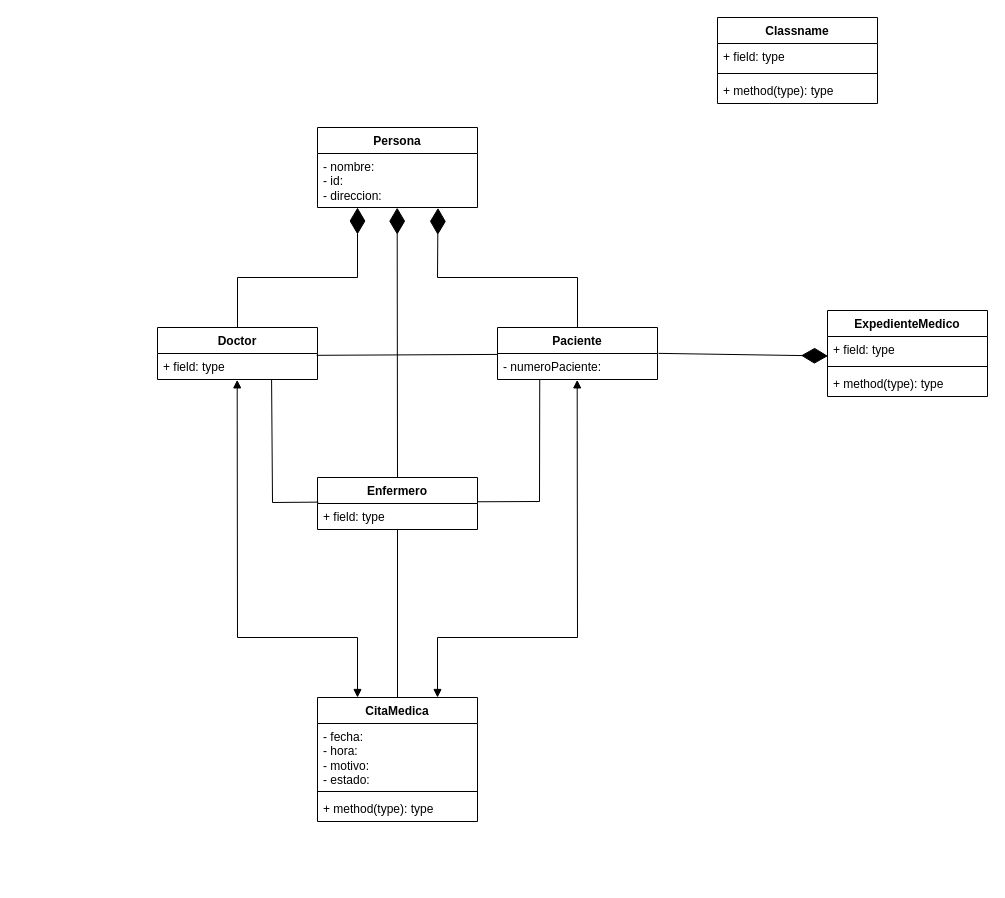
The draw.io diagram ACD - SGH.drawio in ArianaSarango/ACD---SGH, before the edit. Source tidied: cells renumbered, new cells numbered last; positions are measured from the earlier drawing's top-left corner, leaving out a move shared by most shapes. Both pictures are drawn from the tidied source at 100%, with x=0, y=0 at pixel (157, 17).
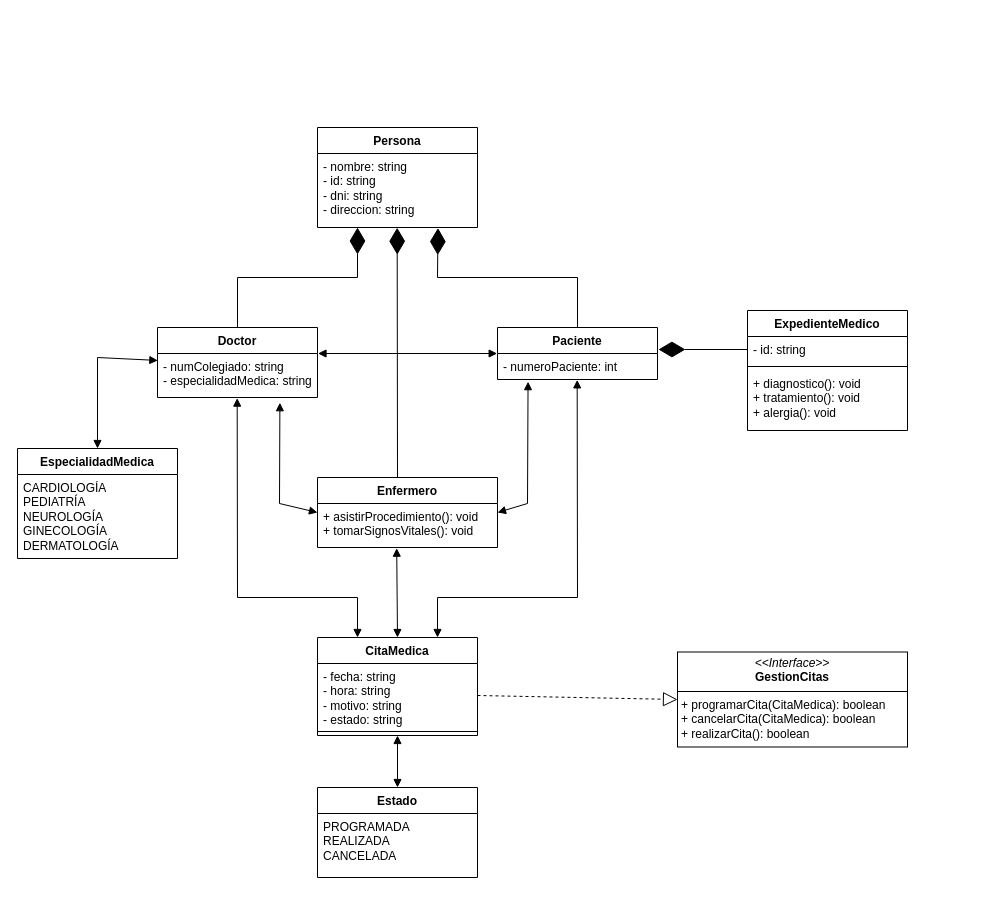
The same diagram, later.

The change refers to these unchanged cells:
```xml
<mxCell id="8" value="Paciente" style="swimlane;fontStyle=1;align=center;verticalAlign=top;horizontal=1;startSize=26;whiteSpace=wrap;html=1;" parent="1" vertex="1">
  <mxGeometry x="340" y="310" width="160" height="52" as="geometry" />
</mxCell>
```

Change to the diagram source:
```diff
@@
     <mxCell id="2" value="Persona" style="swimlane;fontStyle=1;align=center;verticalAlign=top;horizontal=1;startSize=26;whiteSpace=wrap;html=1;" parent="1" vertex="1">
-      <mxGeometry x="160" y="110" width="160" height="80" as="geometry" />
+      <mxGeometry x="160" y="110" width="160" height="100" as="geometry" />
     </mxCell>
-    <mxCell id="3" value="- nombre:&lt;div&gt;- id:&lt;/div&gt;&lt;div&gt;- direccion:&amp;nbsp;&lt;/div&gt;" style="text;strokeColor=none;fillColor=none;align=left;verticalAlign=top;spacingLeft=4;spacingRight=4;overflow=hidden;points=[[0,0.5],[1,0.5]];portConstraint=eastwest;whiteSpace=wrap;html=1;" parent="2" vertex="1">
-      <mxGeometry y="26" width="160" height="54" as="geometry" />
+    <mxCell id="3" value="- nombre: string&lt;div&gt;- id:&amp;nbsp;&lt;span style=&quot;background-color: initial;&quot;&gt;string&lt;/span&gt;&lt;/div&gt;&lt;div&gt;- dni:&amp;nbsp;&lt;span style=&quot;background-color: initial;&quot;&gt;string&lt;/span&gt;&lt;/div&gt;&lt;div&gt;- direccion:&amp;nbsp;&lt;span style=&quot;background-color: initial;&quot;&gt;string&lt;/span&gt;&lt;/div&gt;" style="text;strokeColor=none;fillColor=none;align=left;verticalAlign=top;spacingLeft=4;spacingRight=4;overflow=hidden;points=[[0,0.5],[1,0.5]];portConstraint=eastwest;whiteSpace=wrap;html=1;" parent="2" vertex="1">
+      <mxGeometry y="26" width="160" height="74" as="geometry" />
     </mxCell>
     <mxCell id="4" value="CitaMedica" style="swimlane;fontStyle=1;align=center;verticalAlign=top;horizontal=1;startSize=26;whiteSpace=wrap;html=1;" parent="1" vertex="1">
-      <mxGeometry x="160" y="680" width="160" height="124" as="geometry" />
+      <mxGeometry x="160" y="620" width="160" height="98" as="geometry" />
     </mxCell>
-    <mxCell id="5" value="- fecha:&lt;div&gt;- hora:&lt;/div&gt;&lt;div&gt;- motivo:&lt;/div&gt;&lt;div&gt;- estado:&amp;nbsp;&lt;/div&gt;" style="text;strokeColor=none;fillColor=none;align=left;verticalAlign=top;spacingLeft=4;spacingRight=4;overflow=hidden;points=[[0,0.5],[1,0.5]];portConstraint=eastwest;whiteSpace=wrap;html=1;" parent="4" vertex="1">
+    <mxCell id="5" value="- fecha: string&lt;div&gt;- hora:&amp;nbsp;&lt;span style=&quot;background-color: initial;&quot;&gt;string&lt;/span&gt;&lt;/div&gt;&lt;div&gt;- motivo:&amp;nbsp;&lt;span style=&quot;background-color: initial;&quot;&gt;string&lt;/span&gt;&lt;/div&gt;&lt;div&gt;- estado:&amp;nbsp;&lt;span style=&quot;background-color: initial;&quot;&gt;string&lt;/span&gt;&lt;/div&gt;" style="text;strokeColor=none;fillColor=none;align=left;verticalAlign=top;spacingLeft=4;spacingRight=4;overflow=hidden;points=[[0,0.5],[1,0.5]];portConstraint=eastwest;whiteSpace=wrap;html=1;" parent="4" vertex="1">
       <mxGeometry y="26" width="160" height="64" as="geometry" />
     </mxCell>
@@
-    <mxCell id="7" value="+ method(type): type" style="text;strokeColor=none;fillColor=none;align=left;verticalAlign=top;spacingLeft=4;spacingRight=4;overflow=hidden;whiteSpace=wrap;html=1;" parent="4" vertex="1">
-      <mxGeometry y="98" width="160" height="26" as="geometry" />
-    </mxCell>
@@
-    <mxCell id="9" value="- numeroPaciente:" style="text;strokeColor=none;fillColor=none;align=left;verticalAlign=top;spacingLeft=4;spacingRight=4;overflow=hidden;points=[[0,0.5],[1,0.5]];portConstraint=eastwest;whiteSpace=wrap;html=1;" parent="8" vertex="1">
+    <mxCell id="9" value="- numeroPaciente: int" style="text;strokeColor=none;fillColor=none;align=left;verticalAlign=top;spacingLeft=4;spacingRight=4;overflow=hidden;points=[[0,0.5],[1,0.5]];portConstraint=eastwest;whiteSpace=wrap;html=1;" parent="8" vertex="1">
       <mxGeometry y="26" width="160" height="26" as="geometry" />
     </mxCell>
     <mxCell id="10" value="Enfermero" style="swimlane;fontStyle=1;align=center;verticalAlign=top;horizontal=1;startSize=26;whiteSpace=wrap;html=1;" parent="1" vertex="1">
-      <mxGeometry x="160" y="460" width="160" height="52" as="geometry" />
+      <mxGeometry x="160" y="460" width="180" height="70" as="geometry" />
     </mxCell>
-    <mxCell id="11" value="+ field: type" style="text;strokeColor=none;fillColor=none;align=left;verticalAlign=top;spacingLeft=4;spacingRight=4;overflow=hidden;points=[[0,0.5],[1,0.5]];portConstraint=eastwest;whiteSpace=wrap;html=1;" parent="10" vertex="1">
-      <mxGeometry y="26" width="160" height="26" as="geometry" />
+    <mxCell id="11" value="+ asistirProcedimiento(): void&lt;div&gt;+ tomarSignosVitales(): void&lt;/div&gt;" style="text;strokeColor=none;fillColor=none;align=left;verticalAlign=top;spacingLeft=4;spacingRight=4;overflow=hidden;points=[[0,0.5],[1,0.5]];portConstraint=eastwest;whiteSpace=wrap;html=1;" parent="10" vertex="1">
+      <mxGeometry y="26" width="180" height="44" as="geometry" />
     </mxCell>
     <mxCell id="12" value="Doctor" style="swimlane;fontStyle=1;align=center;verticalAlign=top;horizontal=1;startSize=26;whiteSpace=wrap;html=1;" parent="1" vertex="1">
-      <mxGeometry y="310" width="160" height="52" as="geometry" />
+      <mxGeometry y="310" width="160" height="70" as="geometry" />
     </mxCell>
-    <mxCell id="13" value="+ field: type" style="text;strokeColor=none;fillColor=none;align=left;verticalAlign=top;spacingLeft=4;spacingRight=4;overflow=hidden;points=[[0,0.5],[1,0.5]];portConstraint=eastwest;whiteSpace=wrap;html=1;" parent="12" vertex="1">
-      <mxGeometry y="26" width="160" height="26" as="geometry" />
+    <mxCell id="13" value="- numColegiado: string&lt;div&gt;- especialidadMedica: string&lt;/div&gt;" style="text;strokeColor=none;fillColor=none;align=left;verticalAlign=top;spacingLeft=4;spacingRight=4;overflow=hidden;points=[[0,0.5],[1,0.5]];portConstraint=eastwest;whiteSpace=wrap;html=1;" parent="12" vertex="1">
+      <mxGeometry y="26" width="160" height="44" as="geometry" />
     </mxCell>
-    <mxCell id="14" style="endArrow=none;html=1;rounded=0;entryX=0.5;entryY=1;entryDx=0;entryDy=0;exitX=0.5;exitY=0;exitDx=0;exitDy=0;" parent="1" edge="1" source="4" target="10">
-      <mxGeometry relative="1" as="geometry" />
-    </mxCell>
-    <mxCell id="15" style="endArrow=none;html=1;rounded=0;entryX=0.995;entryY=0.07;entryDx=0;entryDy=0;entryPerimeter=0;exitX=0.001;exitY=0.035;exitDx=0;exitDy=0;exitPerimeter=0;" parent="1" edge="1" source="9" target="13">
-      <mxGeometry relative="1" as="geometry" />
-    </mxCell>
-    <mxCell id="16" style="endArrow=none;html=1;rounded=0;entryX=0.713;entryY=1;entryDx=0;entryDy=0;entryPerimeter=0;exitX=0.005;exitY=-0.053;exitDx=0;exitDy=0;exitPerimeter=0;" parent="1" edge="1" source="11" target="13">
-      <mxGeometry relative="1" as="geometry">
-        <Array as="points">
-          <mxPoint x="115" y="485" />
-        </Array>
-      </mxGeometry>
-    </mxCell>
-    <mxCell id="17" style="endArrow=none;html=1;rounded=0;exitX=0.999;exitY=0.467;exitDx=0;exitDy=0;exitPerimeter=0;entryX=0.264;entryY=1;entryDx=0;entryDy=0;entryPerimeter=0;" parent="1" edge="1" source="10" target="9">
-      <mxGeometry relative="1" as="geometry">
-        <Array as="points">
-          <mxPoint x="382" y="484" />
-        </Array>
-      </mxGeometry>
-    </mxCell>
@@
     <mxCell id="19" style="endArrow=diamondThin;endFill=1;endSize=24;html=1;rounded=0;exitX=0.5;exitY=0;exitDx=0;exitDy=0;" parent="1" edge="1" source="12">
       <mxGeometry relative="1" as="geometry">
-        <mxPoint x="200" y="190" as="targetPoint" />
+        <mxPoint x="200" y="210" as="targetPoint" />
         <Array as="points">
           <mxPoint x="80" y="260" />
           <mxPoint x="200" y="260" />
         </Array>
       </mxGeometry>
     </mxCell>
@@
-    <mxCell id="21" value="Classname" style="swimlane;fontStyle=1;align=center;verticalAlign=top;horizontal=1;startSize=26;whiteSpace=wrap;html=1;" parent="1" vertex="1">
-      <mxGeometry x="560" width="160" height="86" as="geometry" />
+    <mxCell id="21" value="EspecialidadMedica" style="swimlane;fontStyle=1;align=center;verticalAlign=top;horizontal=1;startSize=26;whiteSpace=wrap;html=1;" parent="1" vertex="1">
+      <mxGeometry x="-140" y="431" width="160" height="110" as="geometry" />
     </mxCell>
-    <mxCell id="22" value="+ field: type" style="text;strokeColor=none;fillColor=none;align=left;verticalAlign=top;spacingLeft=4;spacingRight=4;overflow=hidden;whiteSpace=wrap;html=1;" parent="21" vertex="1">
-      <mxGeometry y="26" width="160" height="26" as="geometry" />
+    <mxCell id="22" value="CARDIOLOGÍA&lt;div&gt;PEDIATRÍA&lt;/div&gt;&lt;div&gt;NEUROLOGÍA&lt;/div&gt;&lt;div&gt;GINECOLOGÍA&lt;/div&gt;&lt;div&gt;DERMATOLOGÍA&lt;/div&gt;" style="text;strokeColor=none;fillColor=none;align=left;verticalAlign=top;spacingLeft=4;spacingRight=4;overflow=hidden;whiteSpace=wrap;html=1;" parent="21" vertex="1">
+      <mxGeometry y="26" width="160" height="84" as="geometry" />
     </mxCell>
-    <mxCell id="23" style="line;strokeWidth=1;fillColor=none;align=left;verticalAlign=middle;spacingTop=-1;spacingLeft=3;spacingRight=3;labelPosition=right;strokeColor=inherit;" parent="21" vertex="1">
-      <mxGeometry y="52" width="160" height="8" as="geometry" />
-    </mxCell>
-    <mxCell id="24" value="+ method(type): type" style="text;strokeColor=none;fillColor=none;align=left;verticalAlign=top;spacingLeft=4;spacingRight=4;overflow=hidden;whiteSpace=wrap;html=1;" parent="21" vertex="1">
-      <mxGeometry y="60" width="160" height="26" as="geometry" />
-    </mxCell>
     <mxCell id="25" value="ExpedienteMedico&lt;div&gt;&lt;br&gt;&lt;/div&gt;" style="swimlane;fontStyle=1;align=center;verticalAlign=top;horizontal=1;startSize=26;whiteSpace=wrap;html=1;" parent="1" vertex="1">
-      <mxGeometry x="670" y="293" width="160" height="86" as="geometry" />
+      <mxGeometry x="590" y="293" width="160" height="120" as="geometry" />
     </mxCell>
-    <mxCell id="26" value="+ field: type" style="text;strokeColor=none;fillColor=none;align=left;verticalAlign=top;spacingLeft=4;spacingRight=4;overflow=hidden;points=[[0,0.5],[1,0.5]];portConstraint=eastwest;whiteSpace=wrap;html=1;" parent="25" vertex="1">
+    <mxCell id="26" value="- id: string" style="text;strokeColor=none;fillColor=none;align=left;verticalAlign=top;spacingLeft=4;spacingRight=4;overflow=hidden;points=[[0,0.5],[1,0.5]];portConstraint=eastwest;whiteSpace=wrap;html=1;" parent="25" vertex="1">
       <mxGeometry y="26" width="160" height="26" as="geometry" />
     </mxCell>
@@
-    <mxCell id="28" value="+ method(type): type" style="text;strokeColor=none;fillColor=none;align=left;verticalAlign=top;spacingLeft=4;spacingRight=4;overflow=hidden;whiteSpace=wrap;html=1;" parent="25" vertex="1">
-      <mxGeometry y="60" width="160" height="26" as="geometry" />
+    <mxCell id="28" value="+ diagnostico(): void&lt;div&gt;+ tratamiento():&amp;nbsp;&lt;span style=&quot;background-color: initial;&quot;&gt;void&lt;/span&gt;&lt;/div&gt;&lt;div&gt;+ alergia():&amp;nbsp;&lt;span style=&quot;background-color: initial;&quot;&gt;void&lt;/span&gt;&lt;/div&gt;" style="text;strokeColor=none;fillColor=none;align=left;verticalAlign=top;spacingLeft=4;spacingRight=4;overflow=hidden;whiteSpace=wrap;html=1;" parent="25" vertex="1">
+      <mxGeometry y="60" width="160" height="60" as="geometry" />
     </mxCell>
-    <mxCell id="29" style="endArrow=diamondThin;endFill=1;endSize=24;html=1;rounded=0;exitX=1.006;exitY=-0.005;exitDx=0;exitDy=0;entryX=0.003;entryY=0.749;entryDx=0;entryDy=0;exitPerimeter=0;entryPerimeter=0;" parent="1" edge="1" source="9" target="26">
+    <mxCell id="29" style="endArrow=diamondThin;endFill=1;endSize=24;html=1;rounded=0;exitX=0;exitY=0.5;exitDx=0;exitDy=0;entryX=1.006;entryY=-0.154;entryDx=0;entryDy=0;entryPerimeter=0;" parent="1" edge="1" source="26" target="9">
       <mxGeometry relative="1" as="geometry" />
     </mxCell>
     <mxCell id="30" style="endArrow=block;startArrow=block;endFill=1;startFill=1;html=1;rounded=0;exitX=0.498;exitY=1.014;exitDx=0;exitDy=0;exitPerimeter=0;entryX=0.25;entryY=0;entryDx=0;entryDy=0;" parent="1" edge="1" source="13" target="4">
       <mxGeometry relative="1" as="geometry">
         <Array as="points">
-          <mxPoint x="80" y="620" />
-          <mxPoint x="200" y="620" />
+          <mxPoint x="80" y="580" />
+          <mxPoint x="200" y="580" />
         </Array>
       </mxGeometry>
     </mxCell>
     <mxCell id="31" style="endArrow=block;startArrow=block;endFill=1;startFill=1;html=1;rounded=0;entryX=0.498;entryY=1.014;entryDx=0;entryDy=0;entryPerimeter=0;exitX=0.75;exitY=0;exitDx=0;exitDy=0;" parent="1" edge="1" source="4" target="9">
       <mxGeometry relative="1" as="geometry">
         <Array as="points">
-          <mxPoint x="280" y="620" />
-          <mxPoint x="420" y="620" />
+          <mxPoint x="280" y="580" />
+          <mxPoint x="420" y="580" />
         </Array>
       </mxGeometry>
     </mxCell>
+    <mxCell id="32" style="endArrow=block;startArrow=block;endFill=1;startFill=1;html=1;rounded=0;exitX=0.44;exitY=1.016;exitDx=0;exitDy=0;exitPerimeter=0;entryX=0.5;entryY=0;entryDx=0;entryDy=0;" parent="1" edge="1" source="11" target="4">
+      <mxGeometry relative="1" as="geometry" />
+    </mxCell>
+    <mxCell id="33" style="endArrow=block;startArrow=block;endFill=1;startFill=1;html=1;rounded=0;exitX=1.003;exitY=0;exitDx=0;exitDy=0;exitPerimeter=0;entryX=-0.002;entryY=0;entryDx=0;entryDy=0;entryPerimeter=0;" parent="1" edge="1" source="13" target="9">
+      <mxGeometry relative="1" as="geometry" />
+    </mxCell>
+    <mxCell id="34" style="endArrow=block;startArrow=block;endFill=1;startFill=1;html=1;rounded=0;exitX=0.765;exitY=1.119;exitDx=0;exitDy=0;exitPerimeter=0;entryX=0;entryY=0.5;entryDx=0;entryDy=0;" parent="1" edge="1" source="13" target="10">
+      <mxGeometry relative="1" as="geometry">
+        <Array as="points">
+          <mxPoint x="122" y="486" />
+        </Array>
+      </mxGeometry>
+    </mxCell>
+    <mxCell id="17" style="endArrow=block;startArrow=block;endFill=1;startFill=1;html=1;rounded=0;entryX=0.191;entryY=1.084;entryDx=0;entryDy=0;entryPerimeter=0;exitX=1;exitY=0.5;exitDx=0;exitDy=0;" parent="1" edge="1" source="10" target="9">
+      <mxGeometry relative="1" as="geometry">
+        <Array as="points">
+          <mxPoint x="370" y="486" />
+        </Array>
+      </mxGeometry>
+    </mxCell>
+    <mxCell id="35" style="endArrow=block;startArrow=block;endFill=1;startFill=1;html=1;rounded=0;entryX=0.002;entryY=0.158;entryDx=0;entryDy=0;entryPerimeter=0;exitX=0.5;exitY=0;exitDx=0;exitDy=0;" parent="1" edge="1" source="21" target="13">
+      <mxGeometry relative="1" as="geometry">
+        <Array as="points">
+          <mxPoint x="-60" y="340" />
+        </Array>
+      </mxGeometry>
+    </mxCell>
+    <mxCell id="36" value="&lt;p style=&quot;margin:0px;margin-top:4px;text-align:center;&quot;&gt;&lt;i&gt;&amp;lt;&amp;lt;Interface&amp;gt;&amp;gt;&lt;/i&gt;&lt;br&gt;&lt;b&gt;GestionCitas&lt;/b&gt;&lt;/p&gt;&lt;hr size=&quot;1&quot; style=&quot;border-style:solid;&quot;&gt;&lt;p style=&quot;margin:0px;margin-left:4px;&quot;&gt;+ programarCita(&lt;span style=&quot;background-color: initial;&quot;&gt;CitaMedica&lt;/span&gt;&lt;span style=&quot;background-color: initial;&quot;&gt;): boolean&lt;/span&gt;&lt;/p&gt;&lt;p style=&quot;margin:0px;margin-left:4px;&quot;&gt;+ cancelarCita(CitaMedica): boolean&lt;/p&gt;&lt;p style=&quot;margin:0px;margin-left:4px;&quot;&gt;+ realizarCita(): boolean&amp;nbsp;&lt;/p&gt;&lt;hr size=&quot;1&quot; style=&quot;border-style:solid;&quot;&gt;&lt;p style=&quot;margin:0px;margin-left:4px;&quot;&gt;&lt;br&gt;&lt;/p&gt;" style="verticalAlign=top;align=left;overflow=fill;html=1;whiteSpace=wrap;" parent="1" vertex="1">
+      <mxGeometry x="520" y="634.5" width="230" height="95" as="geometry" />
+    </mxCell>
+    <mxCell id="37" style="endArrow=block;dashed=1;endFill=0;endSize=12;html=1;rounded=0;entryX=0;entryY=0.5;entryDx=0;entryDy=0;exitX=1;exitY=0.5;exitDx=0;exitDy=0;" parent="1" edge="1" source="5" target="36">
+      <mxGeometry relative="1" as="geometry" />
+    </mxCell>
+    <mxCell id="38" value="Estado" style="swimlane;fontStyle=1;align=center;verticalAlign=top;horizontal=1;startSize=26;whiteSpace=wrap;html=1;" parent="1" vertex="1">
+      <mxGeometry x="160" y="770" width="160" height="90" as="geometry" />
+    </mxCell>
+    <mxCell id="39" value="PROGRAMADA&lt;div&gt;REALIZADA&lt;/div&gt;&lt;div&gt;CANCELADA&lt;/div&gt;" style="text;strokeColor=none;fillColor=none;align=left;verticalAlign=top;spacingLeft=4;spacingRight=4;overflow=hidden;whiteSpace=wrap;html=1;" parent="38" vertex="1">
+      <mxGeometry y="26" width="160" height="64" as="geometry" />
+    </mxCell>
+    <mxCell id="40" style="endArrow=block;startArrow=block;endFill=1;startFill=1;html=1;rounded=0;exitX=0.5;exitY=1;exitDx=0;exitDy=0;entryX=0.5;entryY=0;entryDx=0;entryDy=0;" parent="1" edge="1" source="4" target="38">
+      <mxGeometry relative="1" as="geometry" />
+    </mxCell>
```
